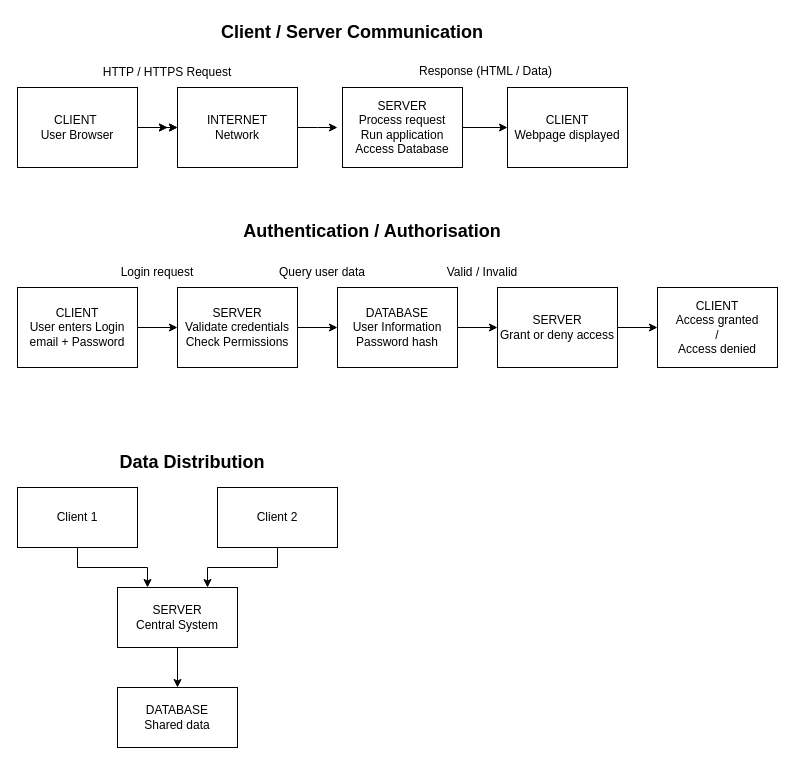
Before: page "Client-Server Flow" (2 of 3) of img/images_GAMSproject.drawio in c-joss/Guild-Availability-Management-System-GAMS-Docs, a draw.io diagram. Source tidied: cells renumbered, new cells numbered last; positions are measured from the earlier drawing's top-left corner, leaving out a move shared by most shapes. Both pictures are drawn from the tidied source at 100%, with x=0, y=0 at pixel (17, 17).
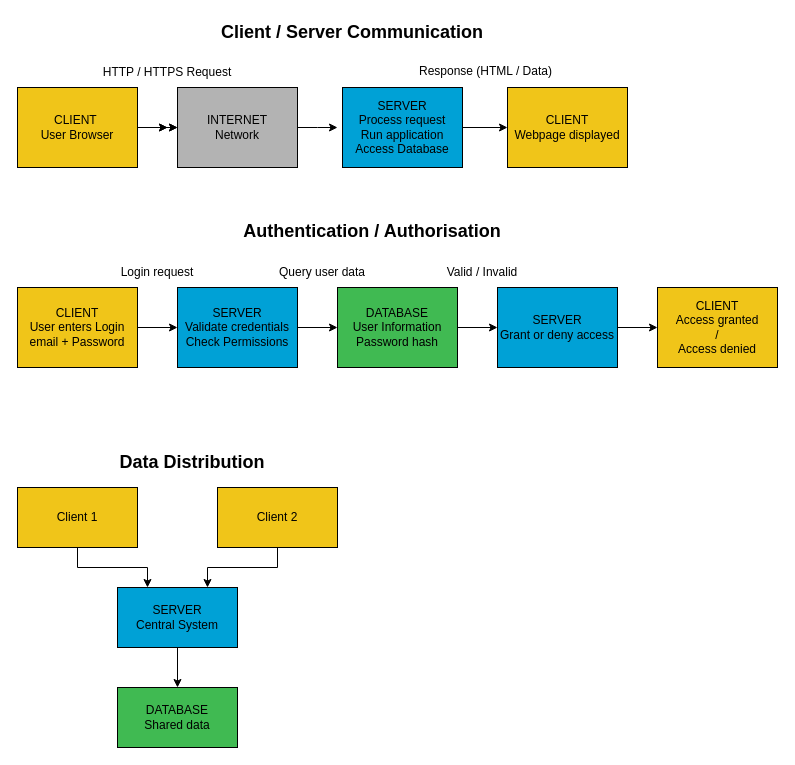
After the change.

Commit message:
Update shared draw.io diagrams

Diff of the diagram source:
```diff
@@
-    <mxCell id="6" value="&lt;font style=&quot;color: light-dark(rgb(0, 0, 0), rgb(0, 0, 0));&quot;&gt;CLIENT&amp;nbsp;&lt;/font&gt;&lt;div&gt;&lt;font style=&quot;color: light-dark(rgb(0, 0, 0), rgb(0, 0, 0));&quot;&gt;User Browser&lt;/font&gt;&lt;/div&gt;" style="rounded=0;whiteSpace=wrap;html=1;fillColor=light-dark(#FFFFFF,#F0C519);" parent="1" vertex="1">
+    <mxCell id="6" value="&lt;font style=&quot;color: light-dark(rgb(0, 0, 0), rgb(0, 0, 0));&quot;&gt;CLIENT&amp;nbsp;&lt;/font&gt;&lt;div&gt;&lt;font style=&quot;color: light-dark(rgb(0, 0, 0), rgb(0, 0, 0));&quot;&gt;User Browser&lt;/font&gt;&lt;/div&gt;" style="rounded=0;whiteSpace=wrap;html=1;fillColor=light-dark(#F0C519,#F0C519);" parent="1" vertex="1">
       <mxGeometry y="70" width="120" height="80" as="geometry" />
     </mxCell>
@@
-    <mxCell id="8" value="&lt;font style=&quot;color: light-dark(rgb(0, 0, 0), rgb(0, 0, 0));&quot;&gt;INTERNET&lt;/font&gt;&lt;div&gt;&lt;font style=&quot;color: light-dark(rgb(0, 0, 0), rgb(0, 0, 0));&quot;&gt;Network&lt;/font&gt;&lt;/div&gt;" style="rounded=0;whiteSpace=wrap;html=1;fillColor=light-dark(#FFFFFF,#B3B3B3);" parent="1" vertex="1">
+    <mxCell id="8" value="&lt;font style=&quot;color: light-dark(rgb(0, 0, 0), rgb(0, 0, 0));&quot;&gt;INTERNET&lt;/font&gt;&lt;div&gt;&lt;font style=&quot;color: light-dark(rgb(0, 0, 0), rgb(0, 0, 0));&quot;&gt;Network&lt;/font&gt;&lt;/div&gt;" style="rounded=0;whiteSpace=wrap;html=1;fillColor=light-dark(#B3B3B3,#B3B3B3);" parent="1" vertex="1">
       <mxGeometry x="160" y="70" width="120" height="80" as="geometry" />
     </mxCell>
@@
-    <mxCell id="11" value="&lt;font style=&quot;color: light-dark(rgb(0, 0, 0), rgb(0, 0, 0));&quot;&gt;SERVER&lt;/font&gt;&lt;div&gt;&lt;font style=&quot;color: light-dark(rgb(0, 0, 0), rgb(0, 0, 0));&quot;&gt;Process request&lt;/font&gt;&lt;/div&gt;&lt;div&gt;&lt;font style=&quot;color: light-dark(rgb(0, 0, 0), rgb(0, 0, 0));&quot;&gt;Run application&lt;/font&gt;&lt;/div&gt;&lt;div&gt;&lt;font style=&quot;color: light-dark(rgb(0, 0, 0), rgb(0, 0, 0));&quot;&gt;Access Database&lt;/font&gt;&lt;/div&gt;" style="rounded=0;whiteSpace=wrap;html=1;fillColor=light-dark(#FFFFFF,#00A1D6);" parent="1" vertex="1">
+    <mxCell id="11" value="&lt;font style=&quot;color: light-dark(rgb(0, 0, 0), rgb(0, 0, 0));&quot;&gt;SERVER&lt;/font&gt;&lt;div&gt;&lt;font style=&quot;color: light-dark(rgb(0, 0, 0), rgb(0, 0, 0));&quot;&gt;Process request&lt;/font&gt;&lt;/div&gt;&lt;div&gt;&lt;font style=&quot;color: light-dark(rgb(0, 0, 0), rgb(0, 0, 0));&quot;&gt;Run application&lt;/font&gt;&lt;/div&gt;&lt;div&gt;&lt;font style=&quot;color: light-dark(rgb(0, 0, 0), rgb(0, 0, 0));&quot;&gt;Access Database&lt;/font&gt;&lt;/div&gt;" style="rounded=0;whiteSpace=wrap;html=1;fillColor=light-dark(#00A1D6,#00A1D6);" parent="1" vertex="1">
       <mxGeometry x="325" y="70" width="120" height="80" as="geometry" />
     </mxCell>
-    <mxCell id="12" value="&lt;font style=&quot;color: light-dark(rgb(0, 0, 0), rgb(0, 0, 0));&quot;&gt;CLIENT&lt;/font&gt;&lt;div&gt;&lt;font style=&quot;color: light-dark(rgb(0, 0, 0), rgb(0, 0, 0));&quot;&gt;Webpage displayed&lt;/font&gt;&lt;/div&gt;" style="rounded=0;whiteSpace=wrap;html=1;fillColor=light-dark(#FFFFFF,#F0C519);" parent="1" vertex="1">
+    <mxCell id="12" value="&lt;font style=&quot;color: light-dark(rgb(0, 0, 0), rgb(0, 0, 0));&quot;&gt;CLIENT&lt;/font&gt;&lt;div&gt;&lt;font style=&quot;color: light-dark(rgb(0, 0, 0), rgb(0, 0, 0));&quot;&gt;Webpage displayed&lt;/font&gt;&lt;/div&gt;" style="rounded=0;whiteSpace=wrap;html=1;fillColor=light-dark(#F0C519,#F0C519);" parent="1" vertex="1">
       <mxGeometry x="490" y="70" width="120" height="80" as="geometry" />
     </mxCell>
@@
-    <mxCell id="16" value="&lt;font style=&quot;color: light-dark(rgb(0, 0, 0), rgb(0, 0, 0));&quot;&gt;CLIENT&lt;/font&gt;&lt;div&gt;&lt;font style=&quot;color: light-dark(rgb(0, 0, 0), rgb(0, 0, 0));&quot;&gt;User enters Login&lt;/font&gt;&lt;/div&gt;&lt;div&gt;&lt;font style=&quot;color: light-dark(rgb(0, 0, 0), rgb(0, 0, 0));&quot;&gt;email + Password&lt;/font&gt;&lt;/div&gt;" style="rounded=0;whiteSpace=wrap;html=1;fillColor=light-dark(#FFFFFF,#F0C519);" parent="1" vertex="1">
+    <mxCell id="16" value="&lt;font style=&quot;color: light-dark(rgb(0, 0, 0), rgb(0, 0, 0));&quot;&gt;CLIENT&lt;/font&gt;&lt;div&gt;&lt;font style=&quot;color: light-dark(rgb(0, 0, 0), rgb(0, 0, 0));&quot;&gt;User enters Login&lt;/font&gt;&lt;/div&gt;&lt;div&gt;&lt;font style=&quot;color: light-dark(rgb(0, 0, 0), rgb(0, 0, 0));&quot;&gt;email + Password&lt;/font&gt;&lt;/div&gt;" style="rounded=0;whiteSpace=wrap;html=1;fillColor=light-dark(#F0C519,#121212);" parent="1" vertex="1">
       <mxGeometry y="270" width="120" height="80" as="geometry" />
     </mxCell>
@@
-    <mxCell id="18" value="&lt;font style=&quot;color: light-dark(rgb(0, 0, 0), rgb(0, 0, 0));&quot;&gt;SERVER&lt;/font&gt;&lt;div&gt;&lt;font style=&quot;color: light-dark(rgb(0, 0, 0), rgb(0, 0, 0));&quot;&gt;Validate credentials&lt;/font&gt;&lt;/div&gt;&lt;div&gt;&lt;font style=&quot;color: light-dark(rgb(0, 0, 0), rgb(0, 0, 0));&quot;&gt;Check Permissions&lt;/font&gt;&lt;/div&gt;" style="rounded=0;whiteSpace=wrap;html=1;fillColor=light-dark(#FFFFFF,#00A1D6);" parent="1" vertex="1">
+    <mxCell id="18" value="&lt;font style=&quot;color: light-dark(rgb(0, 0, 0), rgb(0, 0, 0));&quot;&gt;SERVER&lt;/font&gt;&lt;div&gt;&lt;font style=&quot;color: light-dark(rgb(0, 0, 0), rgb(0, 0, 0));&quot;&gt;Validate credentials&lt;/font&gt;&lt;/div&gt;&lt;div&gt;&lt;font style=&quot;color: light-dark(rgb(0, 0, 0), rgb(0, 0, 0));&quot;&gt;Check Permissions&lt;/font&gt;&lt;/div&gt;" style="rounded=0;whiteSpace=wrap;html=1;fillColor=light-dark(#00A1D6,#00A1D6);" parent="1" vertex="1">
       <mxGeometry x="160" y="270" width="120" height="80" as="geometry" />
     </mxCell>
@@
-    <mxCell id="20" value="&lt;font style=&quot;color: light-dark(rgb(0, 0, 0), rgb(0, 0, 0));&quot;&gt;DATABASE&lt;/font&gt;&lt;div&gt;&lt;font style=&quot;color: light-dark(rgb(0, 0, 0), rgb(0, 0, 0));&quot;&gt;User Information&lt;/font&gt;&lt;/div&gt;&lt;div&gt;&lt;font style=&quot;color: light-dark(rgb(0, 0, 0), rgb(0, 0, 0));&quot;&gt;Password hash&lt;/font&gt;&lt;/div&gt;" style="rounded=0;whiteSpace=wrap;html=1;fillColor=light-dark(#FFFFFF,#40BA52);" parent="1" vertex="1">
+    <mxCell id="20" value="&lt;font style=&quot;color: light-dark(rgb(0, 0, 0), rgb(0, 0, 0));&quot;&gt;DATABASE&lt;/font&gt;&lt;div&gt;&lt;font style=&quot;color: light-dark(rgb(0, 0, 0), rgb(0, 0, 0));&quot;&gt;User Information&lt;/font&gt;&lt;/div&gt;&lt;div&gt;&lt;font style=&quot;color: light-dark(rgb(0, 0, 0), rgb(0, 0, 0));&quot;&gt;Password hash&lt;/font&gt;&lt;/div&gt;" style="rounded=0;whiteSpace=wrap;html=1;fillColor=light-dark(#40BA52,#40BA52);" parent="1" vertex="1">
       <mxGeometry x="320" y="270" width="120" height="80" as="geometry" />
     </mxCell>
@@
-    <mxCell id="22" value="&lt;font style=&quot;color: light-dark(rgb(0, 0, 0), rgb(0, 0, 0));&quot;&gt;SERVER&lt;/font&gt;&lt;div&gt;&lt;font style=&quot;color: light-dark(rgb(0, 0, 0), rgb(0, 0, 0));&quot;&gt;Grant or deny access&lt;/font&gt;&lt;/div&gt;" style="rounded=0;whiteSpace=wrap;html=1;fillColor=light-dark(#FFFFFF,#00A1D6);" parent="1" vertex="1">
+    <mxCell id="22" value="&lt;font style=&quot;color: light-dark(rgb(0, 0, 0), rgb(0, 0, 0));&quot;&gt;SERVER&lt;/font&gt;&lt;div&gt;&lt;font style=&quot;color: light-dark(rgb(0, 0, 0), rgb(0, 0, 0));&quot;&gt;Grant or deny access&lt;/font&gt;&lt;/div&gt;" style="rounded=0;whiteSpace=wrap;html=1;fillColor=light-dark(#00A1D6,#00A1D6);" parent="1" vertex="1">
       <mxGeometry x="480" y="270" width="120" height="80" as="geometry" />
     </mxCell>
-    <mxCell id="23" value="&lt;div&gt;&lt;br&gt;&lt;/div&gt;&lt;font style=&quot;color: light-dark(rgb(0, 0, 0), rgb(0, 0, 0));&quot;&gt;CLIENT&lt;/font&gt;&lt;div&gt;&lt;font style=&quot;color: light-dark(rgb(0, 0, 0), rgb(0, 0, 0));&quot;&gt;Access granted&lt;/font&gt;&lt;/div&gt;&lt;div&gt;&lt;font style=&quot;color: light-dark(rgb(0, 0, 0), rgb(0, 0, 0));&quot;&gt;/&lt;/font&gt;&lt;/div&gt;&lt;div&gt;&lt;font style=&quot;color: light-dark(rgb(0, 0, 0), rgb(0, 0, 0));&quot;&gt;Access denied&lt;/font&gt;&lt;/div&gt;&lt;div&gt;&lt;br&gt;&lt;/div&gt;" style="rounded=0;whiteSpace=wrap;html=1;fillColor=light-dark(#FFFFFF,#F0C519);" parent="1" vertex="1">
+    <mxCell id="23" value="&lt;div&gt;&lt;br&gt;&lt;/div&gt;&lt;font style=&quot;color: light-dark(rgb(0, 0, 0), rgb(0, 0, 0));&quot;&gt;CLIENT&lt;/font&gt;&lt;div&gt;&lt;font style=&quot;color: light-dark(rgb(0, 0, 0), rgb(0, 0, 0));&quot;&gt;Access granted&lt;/font&gt;&lt;/div&gt;&lt;div&gt;&lt;font style=&quot;color: light-dark(rgb(0, 0, 0), rgb(0, 0, 0));&quot;&gt;/&lt;/font&gt;&lt;/div&gt;&lt;div&gt;&lt;font style=&quot;color: light-dark(rgb(0, 0, 0), rgb(0, 0, 0));&quot;&gt;Access denied&lt;/font&gt;&lt;/div&gt;&lt;div&gt;&lt;br&gt;&lt;/div&gt;" style="rounded=0;whiteSpace=wrap;html=1;fillColor=light-dark(#F0C519,#F0C519);" parent="1" vertex="1">
       <mxGeometry x="640" y="270" width="120" height="80" as="geometry" />
     </mxCell>
@@
-    <mxCell id="29" value="&lt;font style=&quot;color: light-dark(rgb(0, 0, 0), rgb(0, 0, 0));&quot;&gt;Client 1&lt;/font&gt;" style="rounded=0;whiteSpace=wrap;html=1;fillColor=light-dark(#FFFFFF,#F0C519);" parent="1" vertex="1">
+    <mxCell id="29" value="&lt;font style=&quot;color: light-dark(rgb(0, 0, 0), rgb(0, 0, 0));&quot;&gt;Client 1&lt;/font&gt;" style="rounded=0;whiteSpace=wrap;html=1;fillColor=light-dark(#F0C519,#F0C519);" parent="1" vertex="1">
       <mxGeometry y="470" width="120" height="60" as="geometry" />
     </mxCell>
@@
-    <mxCell id="31" value="&lt;font style=&quot;color: light-dark(rgb(0, 0, 0), rgb(0, 0, 0));&quot;&gt;Client 2&lt;/font&gt;" style="rounded=0;whiteSpace=wrap;html=1;fillColor=light-dark(#FFFFFF,#F0C519);" parent="1" vertex="1">
+    <mxCell id="31" value="&lt;font style=&quot;color: light-dark(rgb(0, 0, 0), rgb(0, 0, 0));&quot;&gt;Client 2&lt;/font&gt;" style="rounded=0;whiteSpace=wrap;html=1;fillColor=light-dark(#F0C519,#F0C519);" parent="1" vertex="1">
       <mxGeometry x="200" y="470" width="120" height="60" as="geometry" />
     </mxCell>
@@
-    <mxCell id="33" value="&lt;font style=&quot;color: light-dark(rgb(0, 0, 0), rgb(0, 0, 0));&quot;&gt;SERVER&lt;/font&gt;&lt;div&gt;&lt;font style=&quot;color: light-dark(rgb(0, 0, 0), rgb(0, 0, 0));&quot;&gt;Central System&lt;/font&gt;&lt;/div&gt;" style="rounded=0;whiteSpace=wrap;html=1;fillColor=light-dark(#FFFFFF,#00A1D6);" parent="1" vertex="1">
+    <mxCell id="33" value="&lt;font style=&quot;color: light-dark(rgb(0, 0, 0), rgb(0, 0, 0));&quot;&gt;SERVER&lt;/font&gt;&lt;div&gt;&lt;font style=&quot;color: light-dark(rgb(0, 0, 0), rgb(0, 0, 0));&quot;&gt;Central System&lt;/font&gt;&lt;/div&gt;" style="rounded=0;whiteSpace=wrap;html=1;fillColor=light-dark(#00A1D6,#00A1D6);" parent="1" vertex="1">
       <mxGeometry x="100" y="570" width="120" height="60" as="geometry" />
     </mxCell>
-    <mxCell id="34" value="&lt;font style=&quot;color: light-dark(rgb(0, 0, 0), rgb(0, 0, 0));&quot;&gt;DATABASE&lt;/font&gt;&lt;div&gt;&lt;font style=&quot;color: light-dark(rgb(0, 0, 0), rgb(0, 0, 0));&quot;&gt;Shared data&lt;/font&gt;&lt;/div&gt;" style="rounded=0;whiteSpace=wrap;html=1;fillColor=light-dark(#FFFFFF,#40BA52);" parent="1" vertex="1">
+    <mxCell id="34" value="&lt;font style=&quot;color: light-dark(rgb(0, 0, 0), rgb(0, 0, 0));&quot;&gt;DATABASE&lt;/font&gt;&lt;div&gt;&lt;font style=&quot;color: light-dark(rgb(0, 0, 0), rgb(0, 0, 0));&quot;&gt;Shared data&lt;/font&gt;&lt;/div&gt;" style="rounded=0;whiteSpace=wrap;html=1;fillColor=light-dark(#40BA52,#40BA52);" parent="1" vertex="1">
       <mxGeometry x="100" y="670" width="120" height="60" as="geometry" />
     </mxCell>
```
